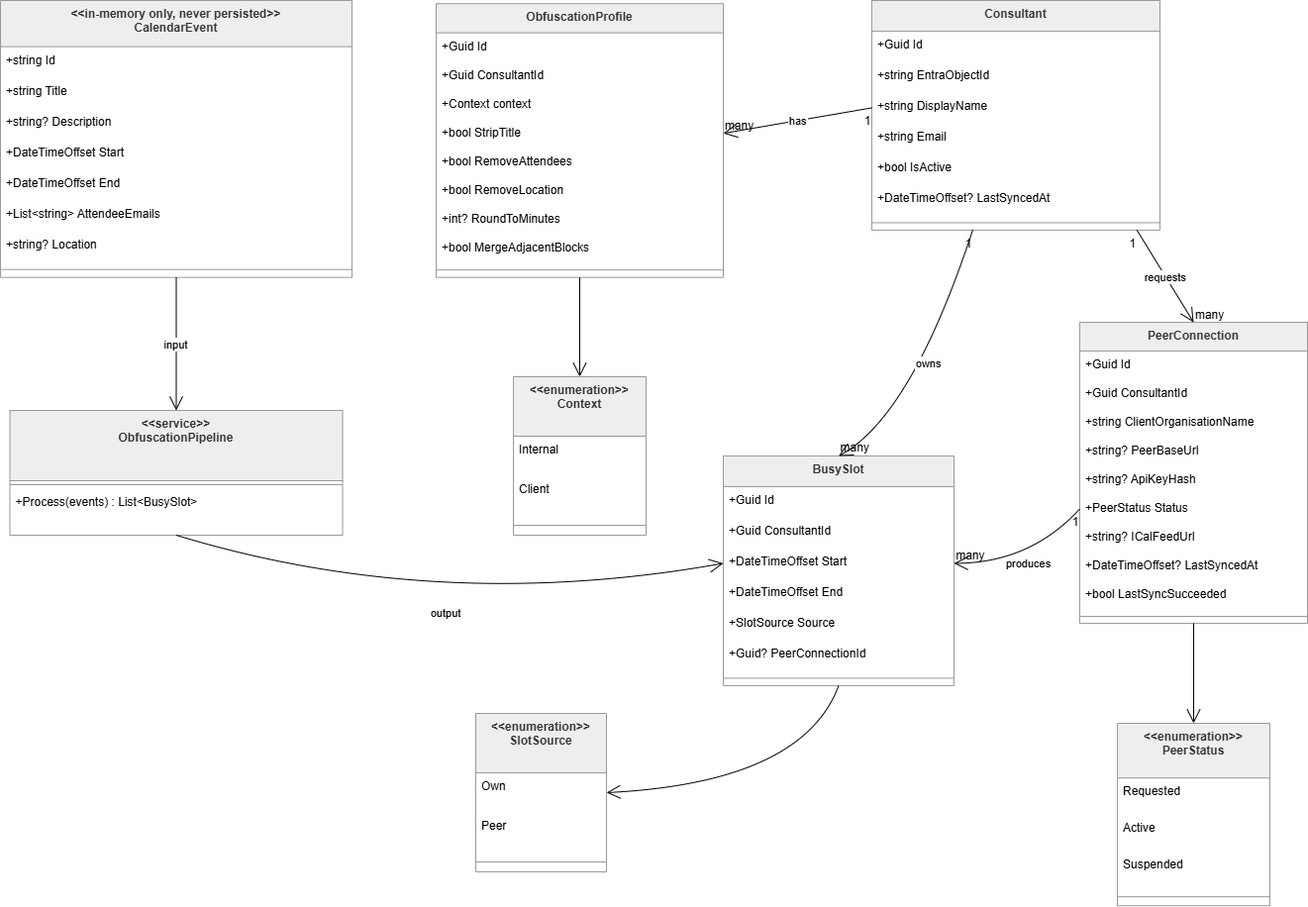
The draw.io diagram docs/img/domain-model.png in InfSupStageMG/ObfusCal, before a commit. Source tidied: cells renumbered, new cells last; positions are measured from the earlier drawing's top-left corner, leaving out a move shared by most shapes.
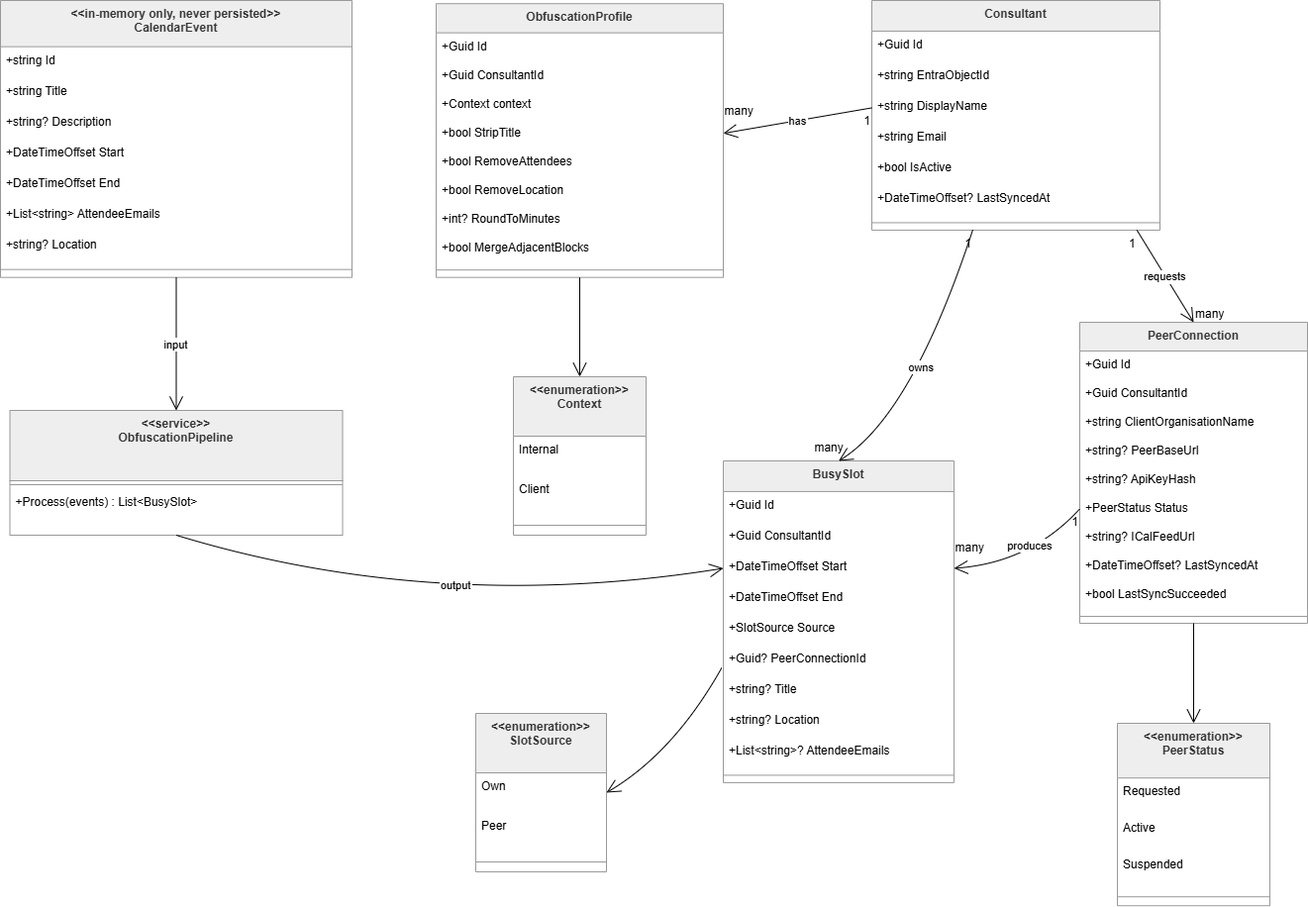
The same file after the commit.

Change to the diagram source:
```diff
@@ -57,7 +57,7 @@
       <mxGeometry y="261.5" width="290" height="15" as="geometry" />
     </mxCell>
     <mxCell id="20" value="BusySlot" style="swimlane;fontStyle=1;align=center;verticalAlign=top;horizontal=1;startSize=30.933333333333334;fillColor=light-dark(#eeeeee,#1f2020);strokeColor=light-dark(#999999,#cccccc);fontColor=light-dark(#333333,#cccccc);" parent="1" vertex="1">
-      <mxGeometry x="730" y="460" width="233" height="231.9" as="geometry" />
+      <mxGeometry x="730" y="465" width="233" height="324.9" as="geometry" />
     </mxCell>
     <mxCell id="21" value="+Guid Id" style="text;strokeColor=none;fillColor=none;align=left;verticalAlign=top;spacingLeft=4;spacingRight=4;overflow=hidden;" parent="20" vertex="1">
       <mxGeometry y="30.9" width="233" height="31" as="geometry" />
@@ -77,8 +77,17 @@
     <mxCell id="26" value="+Guid? PeerConnectionId" style="text;strokeColor=none;fillColor=none;align=left;verticalAlign=top;spacingLeft=4;spacingRight=4;overflow=hidden;points=[[0,0.5],[1,0.5]];portConstraint=eastwest;" parent="20" vertex="1">
       <mxGeometry y="185.9" width="233" height="31" as="geometry" />
     </mxCell>
+    <mxCell id="81" value="+string? Title" style="text;strokeColor=none;fillColor=none;align=left;verticalAlign=top;spacingLeft=4;spacingRight=4;overflow=hidden;" parent="20" vertex="1">
+      <mxGeometry y="216.9" width="233" height="31" as="geometry" />
+    </mxCell>
+    <mxCell id="82" value="+string? Location" style="text;strokeColor=none;fillColor=none;align=left;verticalAlign=top;spacingLeft=4;spacingRight=4;overflow=hidden;" parent="20" vertex="1">
+      <mxGeometry y="247.9" width="233" height="31" as="geometry" />
+    </mxCell>
+    <mxCell id="83" value="+List&lt;string&gt;? AttendeeEmails" style="text;strokeColor=none;fillColor=none;align=left;verticalAlign=top;spacingLeft=4;spacingRight=4;overflow=hidden;" parent="20" vertex="1">
+      <mxGeometry y="278.9" width="233" height="31" as="geometry" />
+    </mxCell>
     <mxCell id="27" style="line;strokeWidth=1;fillColor=none;align=left;verticalAlign=middle;spacingTop=-1;spacingLeft=3;spacingRight=3;labelPosition=right;strokeColor=inherit;" parent="20" vertex="1">
-      <mxGeometry y="216.9" width="233" height="15" as="geometry" />
+      <mxGeometry y="309.9" width="233" height="15" as="geometry" />
     </mxCell>
     <mxCell id="28" value="PeerConnection" style="swimlane;fontStyle=1;align=center;verticalAlign=top;horizontal=1;startSize=28.952380952380953;fillColor=light-dark(#eeeeee,#1f2020);strokeColor=light-dark(#999999,#cccccc);fontColor=light-dark(#333333,#cccccc);" parent="1" vertex="1">
       <mxGeometry x="1090" y="325" width="230" height="304" as="geometry" />
@@ -195,10 +204,12 @@
       <mxGeometry x="-1" relative="1" as="geometry" />
     </mxCell>
     <mxCell id="66" value="many" style="edgeLabel;labelBackgroundColor=none;fontSize=12;align=left;verticalAlign=bottom;" parent="64" vertex="1">
-      <mxGeometry x="1" relative="1" as="geometry" />
+      <mxGeometry x="1" relative="1" as="geometry">
+        <mxPoint y="-14" as="offset" />
+      </mxGeometry>
     </mxCell>
     <mxCell id="67" value="owns" style="curved=1;startArrow=none;endArrow=open;endSize=12;exitX=0.35;exitY=1;entryX=0.5;entryY=0;rounded=0;" parent="1" edge="1" source="2" target="20">
-      <mxGeometry relative="1" as="geometry">
+      <mxGeometry x="0.04" y="-6" relative="1" as="geometry">
         <Array as="points">
           <mxPoint x="920" y="420" />
         </Array>
@@ -208,7 +219,9 @@
       <mxGeometry x="-1" relative="1" as="geometry" />
     </mxCell>
     <mxCell id="69" value="many" style="edgeLabel;labelBackgroundColor=none;fontSize=12;align=left;verticalAlign=bottom;" parent="67" vertex="1">
-      <mxGeometry x="1" relative="1" as="geometry" />
+      <mxGeometry x="1" relative="1" as="geometry">
+        <mxPoint x="-26" y="-5" as="offset" />
+      </mxGeometry>
     </mxCell>
     <mxCell id="70" value="requests" style="curved=1;startArrow=none;endArrow=open;endSize=12;exitX=0.92;exitY=1;entryX=0.5;entryY=0;rounded=0;" parent="1" edge="1" source="2" target="28">
       <mxGeometry relative="1" as="geometry" />
@@ -220,7 +233,7 @@
       <mxGeometry x="1" relative="1" as="geometry" />
     </mxCell>
     <mxCell id="73" value="produces" style="curved=1;startArrow=none;endArrow=open;endSize=12;exitX=0;exitY=0.5;entryX=1;entryY=0.5;rounded=0;entryDx=0;entryDy=0;exitDx=0;exitDy=0;" parent="1" edge="1" source="34" target="23">
-      <mxGeometry relative="1" as="geometry">
+      <mxGeometry x="-0.2" y="-12" relative="1" as="geometry">
         <Array as="points">
           <mxPoint x="1040" y="568" />
         </Array>
@@ -230,13 +243,15 @@
       <mxGeometry x="-1" relative="1" as="geometry" />
     </mxCell>
     <mxCell id="75" value="many" style="edgeLabel;labelBackgroundColor=none;fontSize=12;align=left;verticalAlign=bottom;" parent="73" vertex="1">
-      <mxGeometry x="1" relative="1" as="geometry" />
+      <mxGeometry x="1" relative="1" as="geometry">
+        <mxPoint y="-13" as="offset" />
+      </mxGeometry>
     </mxCell>
     <mxCell id="76" value="input" style="curved=1;startArrow=none;endArrow=open;endSize=12;exitX=0.5;exitY=1;entryX=0.5;entryY=0;rounded=0;" parent="1" edge="1" source="39" target="48">
       <mxGeometry relative="1" as="geometry" />
     </mxCell>
     <mxCell id="77" value="output" style="curved=1;startArrow=none;endArrow=open;endSize=12;exitX=0.5;exitY=1;entryX=0;entryY=0.5;rounded=0;entryDx=0;entryDy=0;" parent="1" edge="1" source="48" target="23">
-      <mxGeometry relative="1" as="geometry">
+      <mxGeometry x="0.05" y="26" relative="1" as="geometry">
         <Array as="points">
           <mxPoint x="440" y="620" />
         </Array>
@@ -245,10 +260,10 @@
     <mxCell id="78" style="curved=1;startArrow=none;endArrow=open;endSize=12;exitX=0.5;exitY=1;entryX=0.5;entryY=0;rounded=0;entryDx=0;entryDy=0;" parent="1" edge="1" source="10" target="51">
       <mxGeometry relative="1" as="geometry" />
     </mxCell>
-    <mxCell id="79" style="curved=1;startArrow=none;endArrow=open;endSize=12;exitX=0.5;exitY=1;entryX=1;entryY=0.5;rounded=0;entryDx=0;entryDy=0;" parent="1" edge="1" source="20" target="55">
+    <mxCell id="79" style="curved=1;startArrow=none;endArrow=open;endSize=12;exitX=-0.007;exitY=0.743;entryX=1;entryY=0.5;rounded=0;entryDx=0;entryDy=0;exitDx=0;exitDy=0;exitPerimeter=0;" parent="1" edge="1" source="26" target="55">
       <mxGeometry relative="1" as="geometry">
         <Array as="points">
-          <mxPoint x="810" y="790" />
+          <mxPoint x="680" y="760" />
         </Array>
       </mxGeometry>
     </mxCell>
```
